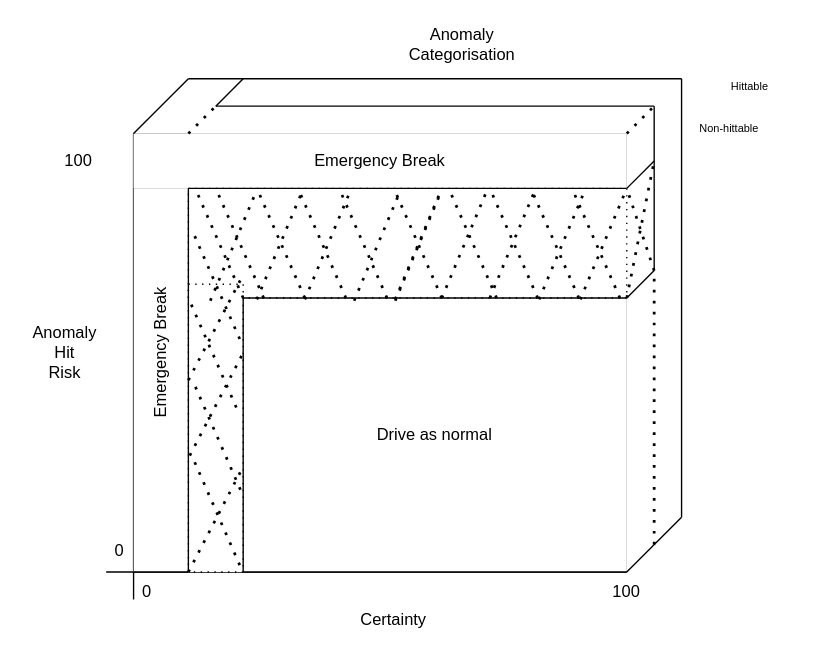
Earlier version of the draw.io diagram FuzzyLogic.drawio (TortoiseFather/SimpleRailwaySim). Source tidied: cells renumbered, new cells numbered last; positions are measured from the earlier drawing's top-left corner, leaving out a move shared by most shapes. Both pictures are drawn from the tidied source at 137%, with x=0, y=0 at pixel (-59, 23).
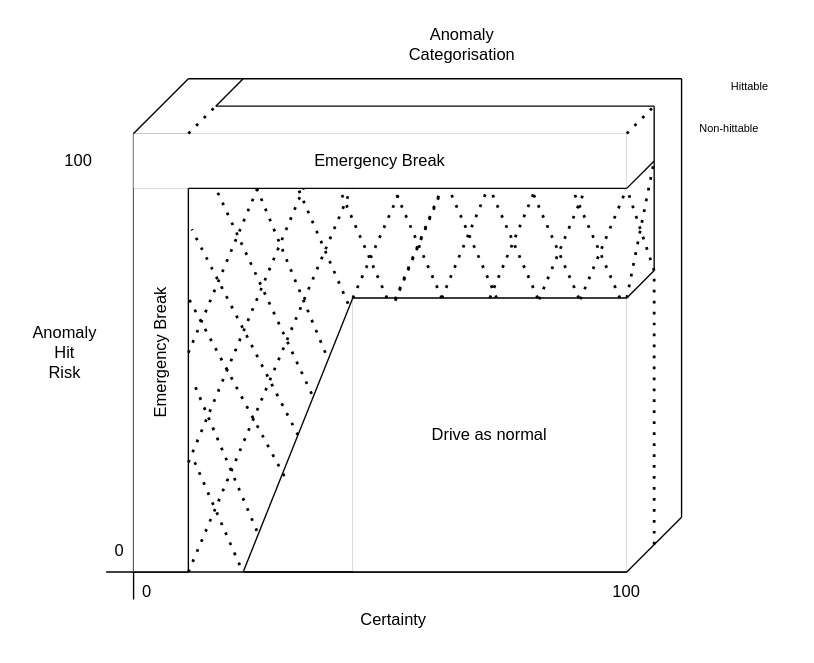
The same diagram, later.

The change refers to these unchanged cells:
```xml
<mxCell id="11" value="Emergency Break" style="rounded=0;whiteSpace=wrap;html=1;rotation=-90;strokeWidth=0;" parent="1" vertex="1">
  <mxGeometry y="220" width="320" height="40" as="geometry" />
</mxCell>
```

The edit, as a diff of the source:
```diff
@@
     <mxCell id="10" value="Drive as normal" style="rounded=0;whiteSpace=wrap;html=1;strokeWidth=0;" parent="1" vertex="1">
-      <mxGeometry x="220" y="200" width="280" height="200" as="geometry" />
+      <mxGeometry x="300" y="200" width="200" height="200" as="geometry" />
     </mxCell>
@@
-    <mxCell id="13" style="rounded=0;whiteSpace=wrap;html=1;dashed=1;dashPattern=1 4;" parent="1" vertex="1">
-      <mxGeometry x="180" y="120" width="320" height="80" as="geometry" />
-    </mxCell>
-    <mxCell id="14" style="rounded=0;whiteSpace=wrap;html=1;dashed=1;dashPattern=1 4;rotation=-90;" parent="1" vertex="1">
-      <mxGeometry x="95" y="275" width="210" height="40" as="geometry" />
-    </mxCell>
-    <mxCell id="15" style="endArrow=none;dashed=1;html=1;dashPattern=1 3;strokeWidth=2;rounded=0;exitX=0.894;exitY=1.013;exitDx=0;exitDy=0;exitPerimeter=0;" parent="1" edge="1" source="13">
+    <mxCell id="15" style="endArrow=none;dashed=1;html=1;dashPattern=1 3;strokeWidth=2;rounded=0;exitX=0.894;exitY=1.013;exitDx=0;exitDy=0;exitPerimeter=0;" parent="1" edge="1">
       <mxGeometry relative="1" as="geometry">
+        <mxPoint x="466.1" y="201" as="sourcePoint" />
         <mxPoint x="500" y="120" as="targetPoint" />
       </mxGeometry>
     </mxCell>
@@
-    <mxCell id="21" style="endArrow=none;dashed=1;html=1;dashPattern=1 3;strokeWidth=2;rounded=0;exitX=0.894;exitY=1.013;exitDx=0;exitDy=0;exitPerimeter=0;" parent="1" edge="1">
+    <mxCell id="21" style="endArrow=none;dashed=1;html=1;dashPattern=1 3;strokeWidth=2;rounded=0;" parent="1" edge="1">
       <mxGeometry relative="1" as="geometry">
-        <mxPoint x="301" y="202" as="sourcePoint" />
+        <mxPoint x="300" y="200" as="sourcePoint" />
         <mxPoint x="335" y="121" as="targetPoint" />
       </mxGeometry>
     </mxCell>
-    <mxCell id="22" style="endArrow=none;dashed=1;html=1;dashPattern=1 3;strokeWidth=2;rounded=0;exitX=0.894;exitY=1.013;exitDx=0;exitDy=0;exitPerimeter=0;" parent="1" edge="1">
+    <mxCell id="22" style="endArrow=none;dashed=1;html=1;dashPattern=1 3;strokeWidth=2;rounded=0;exitX=0;exitY=0;exitDx=0;exitDy=0;" parent="1" edge="1">
       <mxGeometry relative="1" as="geometry">
-        <mxPoint x="265" y="201" as="sourcePoint" />
+        <mxPoint x="180" y="400" as="sourcePoint" />
         <mxPoint x="299" y="120" as="targetPoint" />
       </mxGeometry>
     </mxCell>
-    <mxCell id="23" style="endArrow=none;dashed=1;html=1;dashPattern=1 3;strokeWidth=2;rounded=0;exitX=0.894;exitY=1.013;exitDx=0;exitDy=0;exitPerimeter=0;" parent="1" edge="1">
+    <mxCell id="23" style="endArrow=none;dashed=1;html=1;dashPattern=1 3;strokeWidth=2;rounded=0;" parent="1" edge="1">
       <mxGeometry relative="1" as="geometry">
-        <mxPoint x="230" y="201" as="sourcePoint" />
+        <mxPoint x="180" y="320" as="sourcePoint" />
         <mxPoint x="264" y="120" as="targetPoint" />
       </mxGeometry>
     </mxCell>
-    <mxCell id="24" style="endArrow=none;dashed=1;html=1;dashPattern=1 3;strokeWidth=2;rounded=0;exitX=0.894;exitY=1.013;exitDx=0;exitDy=0;exitPerimeter=0;" parent="1" edge="1">
+    <mxCell id="24" style="endArrow=none;dashed=1;html=1;dashPattern=1 3;strokeWidth=2;rounded=0;exitX=0.5;exitY=1;exitDx=0;exitDy=0;" parent="1" edge="1" source="11">
       <mxGeometry relative="1" as="geometry">
-        <mxPoint x="196" y="202" as="sourcePoint" />
         <mxPoint x="230" y="121" as="targetPoint" />
       </mxGeometry>
     </mxCell>
@@
-    <mxCell id="31" style="endArrow=none;dashed=1;html=1;dashPattern=1 3;strokeWidth=2;rounded=0;exitX=0.797;exitY=1;exitDx=0;exitDy=0;exitPerimeter=0;" parent="1" edge="1">
+    <mxCell id="31" style="endArrow=none;dashed=1;html=1;dashPattern=1 3;strokeWidth=2;rounded=0;exitX=-0.017;exitY=0.021;exitDx=0;exitDy=0;exitPerimeter=0;" parent="1" edge="1" source="10">
       <mxGeometry relative="1" as="geometry">
-        <mxPoint x="295" y="200" as="sourcePoint" />
         <mxPoint x="260" y="120" as="targetPoint" />
       </mxGeometry>
     </mxCell>
-    <mxCell id="32" style="endArrow=none;dashed=1;html=1;dashPattern=1 3;strokeWidth=2;rounded=0;exitX=0.797;exitY=1;exitDx=0;exitDy=0;exitPerimeter=0;" parent="1" edge="1">
+    <mxCell id="32" style="endArrow=none;dashed=1;html=1;dashPattern=1 3;strokeWidth=2;rounded=0;" parent="1" edge="1">
       <mxGeometry relative="1" as="geometry">
-        <mxPoint x="265" y="200" as="sourcePoint" />
+        <mxPoint x="280" y="240" as="sourcePoint" />
         <mxPoint x="230" y="120" as="targetPoint" />
       </mxGeometry>
     </mxCell>
-    <mxCell id="33" style="endArrow=none;dashed=1;html=1;dashPattern=1 3;strokeWidth=2;rounded=0;exitX=0.797;exitY=1;exitDx=0;exitDy=0;exitPerimeter=0;" parent="1" edge="1">
+    <mxCell id="33" style="endArrow=none;dashed=1;html=1;dashPattern=1 3;strokeWidth=2;rounded=0;" parent="1" edge="1">
       <mxGeometry relative="1" as="geometry">
-        <mxPoint x="235" y="200" as="sourcePoint" />
+        <mxPoint x="270" y="270" as="sourcePoint" />
         <mxPoint x="200" y="120" as="targetPoint" />
       </mxGeometry>
     </mxCell>
@@
-    <mxCell id="35" style="endArrow=none;dashed=1;html=1;dashPattern=1 3;strokeWidth=2;rounded=0;exitX=0.797;exitY=1;exitDx=0;exitDy=0;exitPerimeter=0;" parent="1" edge="1">
+    <mxCell id="35" style="endArrow=none;dashed=1;html=1;dashPattern=1 3;strokeWidth=2;rounded=0;" parent="1" edge="1">
       <mxGeometry relative="1" as="geometry">
-        <mxPoint x="218" y="340" as="sourcePoint" />
+        <mxPoint x="230" y="370" as="sourcePoint" />
         <mxPoint x="183" y="260" as="targetPoint" />
       </mxGeometry>
     </mxCell>
-    <mxCell id="36" style="endArrow=none;dashed=1;html=1;dashPattern=1 3;strokeWidth=2;rounded=0;exitX=0.797;exitY=1;exitDx=0;exitDy=0;exitPerimeter=0;" parent="1" edge="1">
+    <mxCell id="36" style="endArrow=none;dashed=1;html=1;dashPattern=1 3;strokeWidth=2;rounded=0;" parent="1" edge="1">
       <mxGeometry relative="1" as="geometry">
-        <mxPoint x="215" y="280" as="sourcePoint" />
+        <mxPoint x="250" y="330" as="sourcePoint" />
         <mxPoint x="180" y="200" as="targetPoint" />
       </mxGeometry>
     </mxCell>
-    <mxCell id="37" style="endArrow=none;dashed=1;html=1;dashPattern=1 3;strokeWidth=2;rounded=0;exitX=0.797;exitY=1;exitDx=0;exitDy=0;exitPerimeter=0;" parent="1" edge="1">
+    <mxCell id="37" style="endArrow=none;dashed=1;html=1;dashPattern=1 3;strokeWidth=2;rounded=0;" parent="1" edge="1">
       <mxGeometry relative="1" as="geometry">
-        <mxPoint x="217.5" y="230" as="sourcePoint" />
+        <mxPoint x="260" y="300" as="sourcePoint" />
         <mxPoint x="182.5" y="150" as="targetPoint" />
       </mxGeometry>
     </mxCell>
-    <mxCell id="38" style="endArrow=none;dashed=1;html=1;dashPattern=1 3;strokeWidth=2;rounded=0;exitX=0.797;exitY=1;exitDx=0;exitDy=0;exitPerimeter=0;" parent="1" edge="1">
-      <mxGeometry relative="1" as="geometry">
-        <mxPoint x="220" y="200" as="sourcePoint" />
-        <mxPoint x="185" y="120" as="targetPoint" />
-      </mxGeometry>
-    </mxCell>
-    <mxCell id="39" style="endArrow=none;dashed=1;html=1;dashPattern=1 3;strokeWidth=2;rounded=0;entryX=0.357;entryY=0.975;entryDx=0;entryDy=0;entryPerimeter=0;" parent="1" edge="1" target="14">
-      <mxGeometry relative="1" as="geometry">
-        <mxPoint x="180" y="400" as="sourcePoint" />
-      </mxGeometry>
-    </mxCell>
-    <mxCell id="40" style="endArrow=none;dashed=1;html=1;dashPattern=1 3;strokeWidth=2;rounded=0;entryX=0.357;entryY=0.975;entryDx=0;entryDy=0;entryPerimeter=0;" parent="1" edge="1">
-      <mxGeometry relative="1" as="geometry">
-        <mxPoint x="181" y="315" as="sourcePoint" />
-        <mxPoint x="220" y="240" as="targetPoint" />
-      </mxGeometry>
-    </mxCell>
-    <mxCell id="41" style="endArrow=none;dashed=1;html=1;dashPattern=1 3;strokeWidth=2;rounded=0;entryX=0.357;entryY=0.975;entryDx=0;entryDy=0;entryPerimeter=0;" parent="1" edge="1">
-      <mxGeometry relative="1" as="geometry">
-        <mxPoint x="180" y="260" as="sourcePoint" />
-        <mxPoint x="219" y="185" as="targetPoint" />
-      </mxGeometry>
-    </mxCell>
@@
-    <mxCell id="49" style="endArrow=none;dashed=1;html=1;dashPattern=1 3;strokeWidth=2;rounded=0;exitX=1;exitY=1;exitDx=0;exitDy=0;" parent="1" edge="1" source="13">
+    <mxCell id="49" style="endArrow=none;dashed=1;html=1;dashPattern=1 3;strokeWidth=2;rounded=0;exitX=1;exitY=1;exitDx=0;exitDy=0;" parent="1" edge="1">
       <mxGeometry relative="1" as="geometry">
+        <mxPoint x="500" y="200" as="sourcePoint" />
         <mxPoint x="520" y="100" as="targetPoint" />
       </mxGeometry>
     </mxCell>
@@
-    <mxCell id="59" style="endArrow=none;html=1;rounded=0;entryX=0;entryY=0;entryDx=0;entryDy=0;" parent="1" edge="1" target="10">
+    <mxCell id="59" style="endArrow=none;html=1;rounded=0;" parent="1" edge="1">
       <mxGeometry relative="1" as="geometry">
         <mxPoint x="220" y="400" as="sourcePoint" />
+        <mxPoint x="300" y="200" as="targetPoint" />
       </mxGeometry>
     </mxCell>
-    <mxCell id="60" style="endArrow=none;html=1;rounded=0;" parent="1" edge="1">
+    <mxCell id="60" style="endArrow=none;html=1;rounded=0;exitX=0;exitY=0;exitDx=0;exitDy=0;" parent="1" edge="1" source="10">
       <mxGeometry relative="1" as="geometry">
-        <mxPoint x="220" y="200" as="sourcePoint" />
         <mxPoint x="500" y="200" as="targetPoint" />
       </mxGeometry>
     </mxCell>
```
